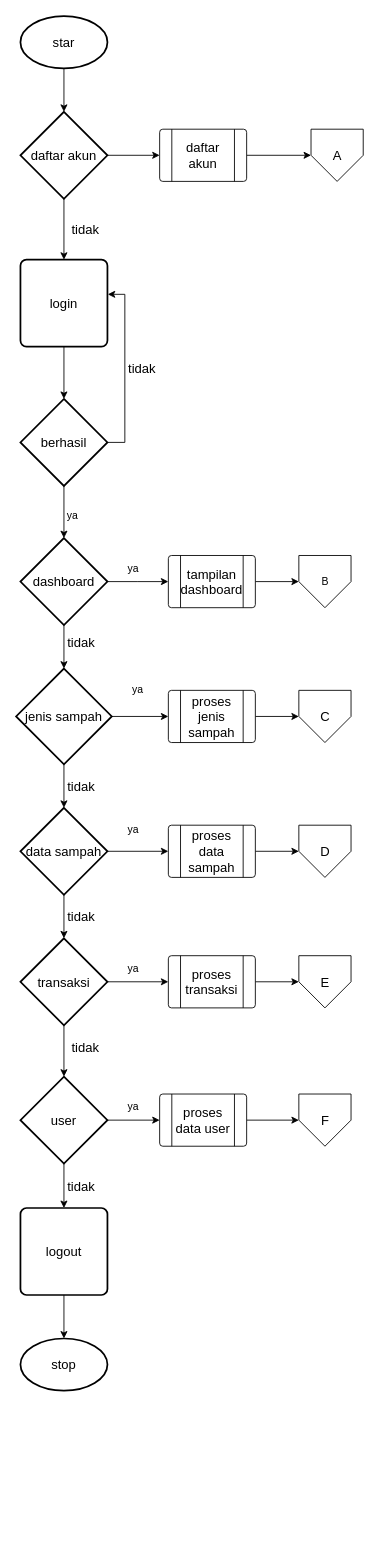
Above: page "flowchart" (14 of 20) of Untitled Diagram.drawio in dreamergirl01/uml_bankSampah (draw.io), before the change. Source tidied: cells renumbered, new cells numbered last; positions are measured from the earlier drawing's top-left corner, leaving out a move shared by most shapes. Both pictures are drawn from the tidied source at 87%, with x=0, y=0 at pixel (16, 16).
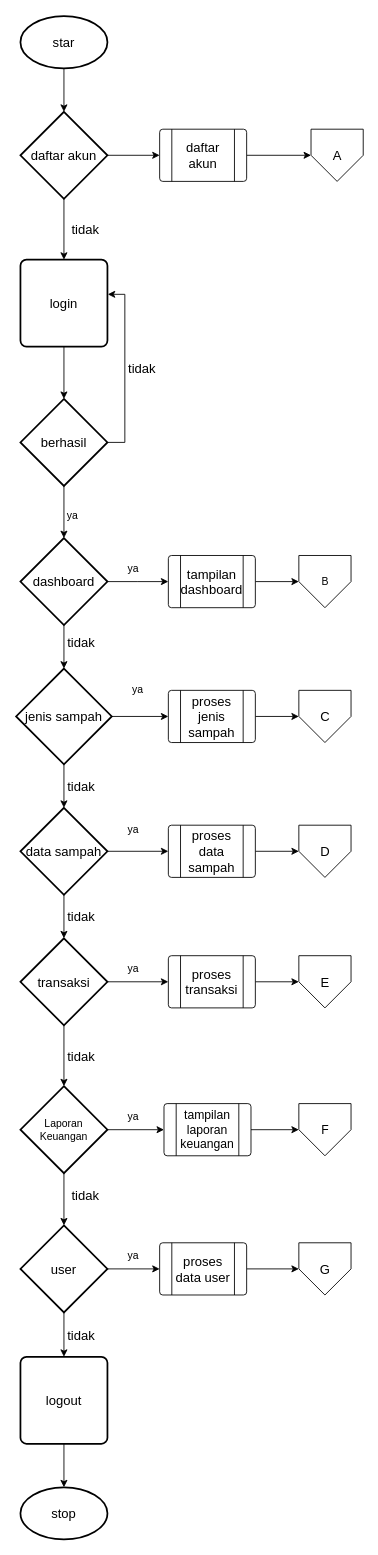
After the change.

Commit message:
tambah laporan keuangan.drawio

The change refers to these unchanged cells:
```xml
<mxCell id="29" value="transaksi" style="strokeWidth=2;html=1;shape=mxgraph.flowchart.decision;whiteSpace=wrap;fontSize=15;" parent="1" vertex="1">
  <mxGeometry x="5" y="1060" width="100" height="100" as="geometry" />
</mxCell>
```

The edit, as a diff of the source:
```diff
@@
     <mxCell id="36" value="user" style="strokeWidth=2;html=1;shape=mxgraph.flowchart.decision;whiteSpace=wrap;fontSize=15;" parent="1" vertex="1">
-      <mxGeometry x="5" y="1219" width="100" height="100" as="geometry" />
+      <mxGeometry x="5" y="1390" width="100" height="100" as="geometry" />
     </mxCell>
-    <mxCell id="37" style="edgeStyle=orthogonalEdgeStyle;rounded=0;jettySize=auto;html=1;entryX=0.5;entryY=0;entryDx=0;entryDy=0;entryPerimeter=0;" parent="1" edge="1" source="29" target="36">
-      <mxGeometry relative="1" as="geometry" />
-    </mxCell>
@@
     <mxCell id="39" value="proses data user" style="verticalLabelPosition=middle;verticalAlign=middle;html=1;shape=process;whiteSpace=wrap;rounded=1;size=0.14;arcSize=6;fontSize=15;labelPosition=center;align=center;" parent="1" vertex="1">
-      <mxGeometry x="165" y="1239" width="100" height="60" as="geometry" />
+      <mxGeometry x="165" y="1410" width="100" height="60" as="geometry" />
     </mxCell>
-    <mxCell id="40" value="F" style="verticalLabelPosition=middle;verticalAlign=middle;html=1;shape=offPageConnector;rounded=0;size=0.5;fontSize=15;labelPosition=center;align=center;" parent="1" vertex="1">
-      <mxGeometry x="325" y="1239" width="60" height="60" as="geometry" />
+    <mxCell id="40" value="G" style="verticalLabelPosition=middle;verticalAlign=middle;html=1;shape=offPageConnector;rounded=0;size=0.5;fontSize=15;labelPosition=center;align=center;" parent="1" vertex="1">
+      <mxGeometry x="325" y="1410" width="60" height="60" as="geometry" />
     </mxCell>
     <mxCell id="41" value="logout" style="rounded=1;whiteSpace=wrap;html=1;absoluteArcSize=1;arcSize=14;strokeWidth=2;fontSize=15;" parent="1" vertex="1">
-      <mxGeometry x="5" y="1370" width="100" height="100" as="geometry" />
+      <mxGeometry x="5" y="1541" width="100" height="100" as="geometry" />
     </mxCell>
     <mxCell id="42" value="stop" style="strokeWidth=2;html=1;shape=mxgraph.flowchart.start_1;whiteSpace=wrap;fontSize=15;" parent="1" vertex="1">
-      <mxGeometry x="5" y="1520" width="100" height="60" as="geometry" />
+      <mxGeometry x="5" y="1691" width="100" height="60" as="geometry" />
     </mxCell>
@@
     <mxCell id="47" value="ya" style="text;html=1;align=center;verticalAlign=middle;whiteSpace=wrap;rounded=0;" parent="1" vertex="1">
-      <mxGeometry x="105" y="1239" width="60" height="30" as="geometry" />
+      <mxGeometry x="105" y="1410" width="60" height="30" as="geometry" />
     </mxCell>
@@
     <mxCell id="51" value="tidak" style="text;html=1;align=center;verticalAlign=middle;whiteSpace=wrap;rounded=0;fontSize=15;" parent="1" vertex="1">
-      <mxGeometry x="50" y="1170" width="60" height="30" as="geometry" />
+      <mxGeometry x="45" y="1180" width="60" height="30" as="geometry" />
     </mxCell>
     <mxCell id="52" value="tidak" style="text;html=1;align=center;verticalAlign=middle;whiteSpace=wrap;rounded=0;fontSize=15;" parent="1" vertex="1">
-      <mxGeometry x="45" y="1330" width="60" height="30" as="geometry" />
+      <mxGeometry x="45" y="1501" width="60" height="30" as="geometry" />
     </mxCell>
@@
+    <mxCell id="61" style="edgeStyle=orthogonalEdgeStyle;rounded=0;jettySize=auto;html=1;entryX=0;entryY=0.5;entryDx=0;entryDy=0;" parent="1" edge="1" source="62" target="67">
+      <mxGeometry relative="1" as="geometry" />
+    </mxCell>
+    <mxCell id="62" value="Laporan Keuangan" style="strokeWidth=2;html=1;shape=mxgraph.flowchart.decision;whiteSpace=wrap;" parent="1" vertex="1">
+      <mxGeometry x="5" y="1230" width="100" height="100" as="geometry" />
+    </mxCell>
+    <mxCell id="63" style="edgeStyle=orthogonalEdgeStyle;rounded=0;jettySize=auto;html=1;entryX=0.5;entryY=0;entryDx=0;entryDy=0;entryPerimeter=0;" parent="1" edge="1" source="29" target="62">
+      <mxGeometry relative="1" as="geometry" />
+    </mxCell>
+    <mxCell id="64" style="edgeStyle=orthogonalEdgeStyle;rounded=0;jettySize=auto;html=1;entryX=0.5;entryY=0;entryDx=0;entryDy=0;entryPerimeter=0;" parent="1" edge="1" source="62" target="36">
+      <mxGeometry relative="1" as="geometry" />
+    </mxCell>
+    <mxCell id="65" value="tidak" style="text;html=1;align=center;verticalAlign=middle;whiteSpace=wrap;rounded=0;fontSize=15;" parent="1" vertex="1">
+      <mxGeometry x="50" y="1340" width="60" height="30" as="geometry" />
+    </mxCell>
+    <mxCell id="66" style="edgeStyle=orthogonalEdgeStyle;rounded=0;jettySize=auto;html=1;entryX=0;entryY=0.5;entryDx=0;entryDy=0;" parent="1" edge="1" source="67" target="69">
+      <mxGeometry relative="1" as="geometry" />
+    </mxCell>
+    <mxCell id="67" value="tampilan laporan keuangan" style="verticalLabelPosition=middle;verticalAlign=middle;html=1;shape=process;whiteSpace=wrap;rounded=1;size=0.14;arcSize=6;labelPosition=center;align=center;fontSize=14;" parent="1" vertex="1">
+      <mxGeometry x="170" y="1250" width="100" height="60" as="geometry" />
+    </mxCell>
+    <mxCell id="68" value="ya" style="text;html=1;align=center;verticalAlign=middle;whiteSpace=wrap;rounded=0;" parent="1" vertex="1">
+      <mxGeometry x="105" y="1250" width="60" height="30" as="geometry" />
+    </mxCell>
+    <mxCell id="69" value="F" style="verticalLabelPosition=middle;verticalAlign=middle;html=1;shape=offPageConnector;rounded=0;size=0.5;fontSize=14;labelPosition=center;align=center;" parent="1" vertex="1">
+      <mxGeometry x="325" y="1250" width="60" height="60" as="geometry" />
+    </mxCell>
```
